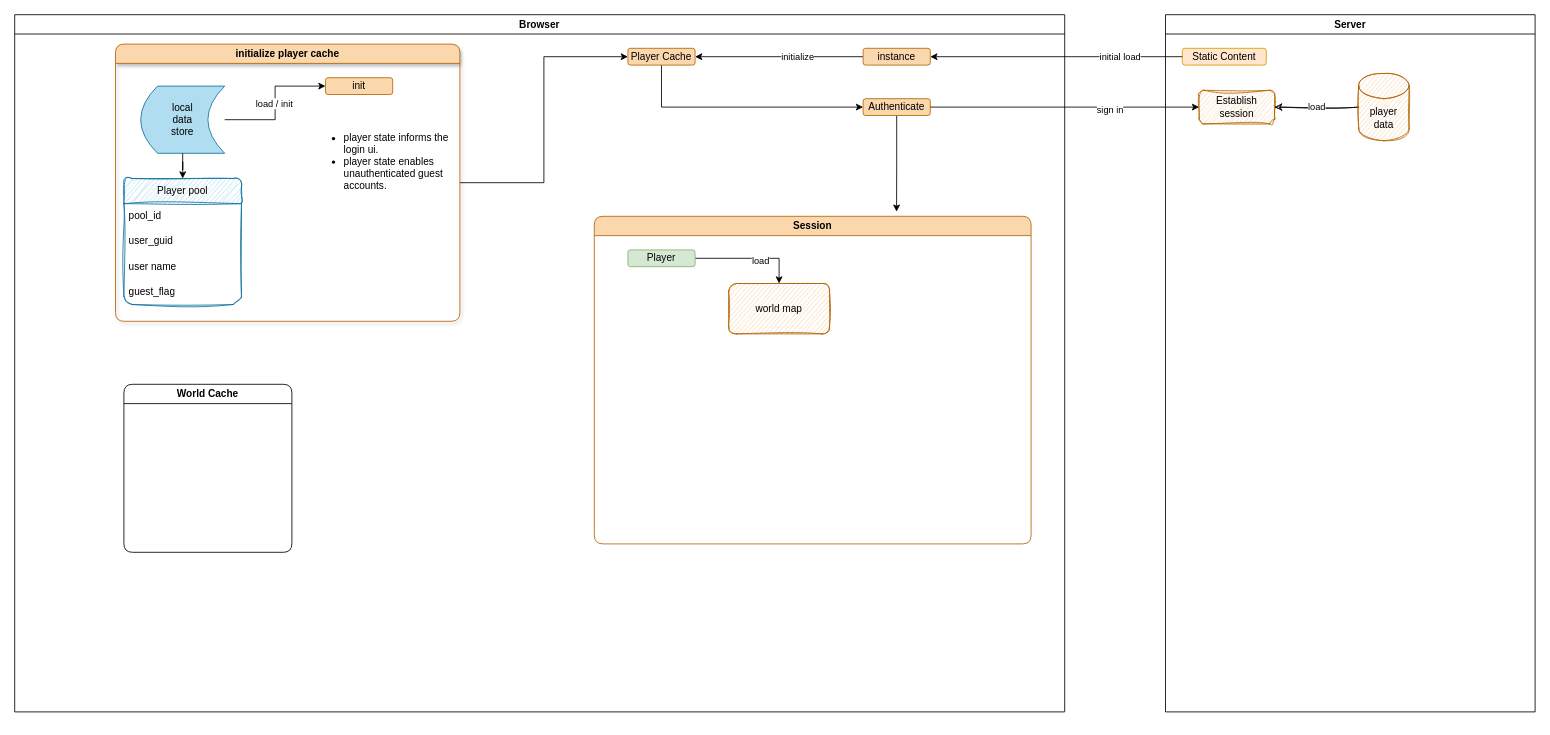
Earlier version of the draw.io diagram ARC_01_functional_flow.drawio (maddog1138/diagrams). Source tidied: cells renumbered, new cells numbered last; positions are measured from the earlier drawing's top-left corner, leaving out a move shared by most shapes. Both pictures are drawn from the tidied source at 84%, with x=0, y=0 at pixel (14, 14).
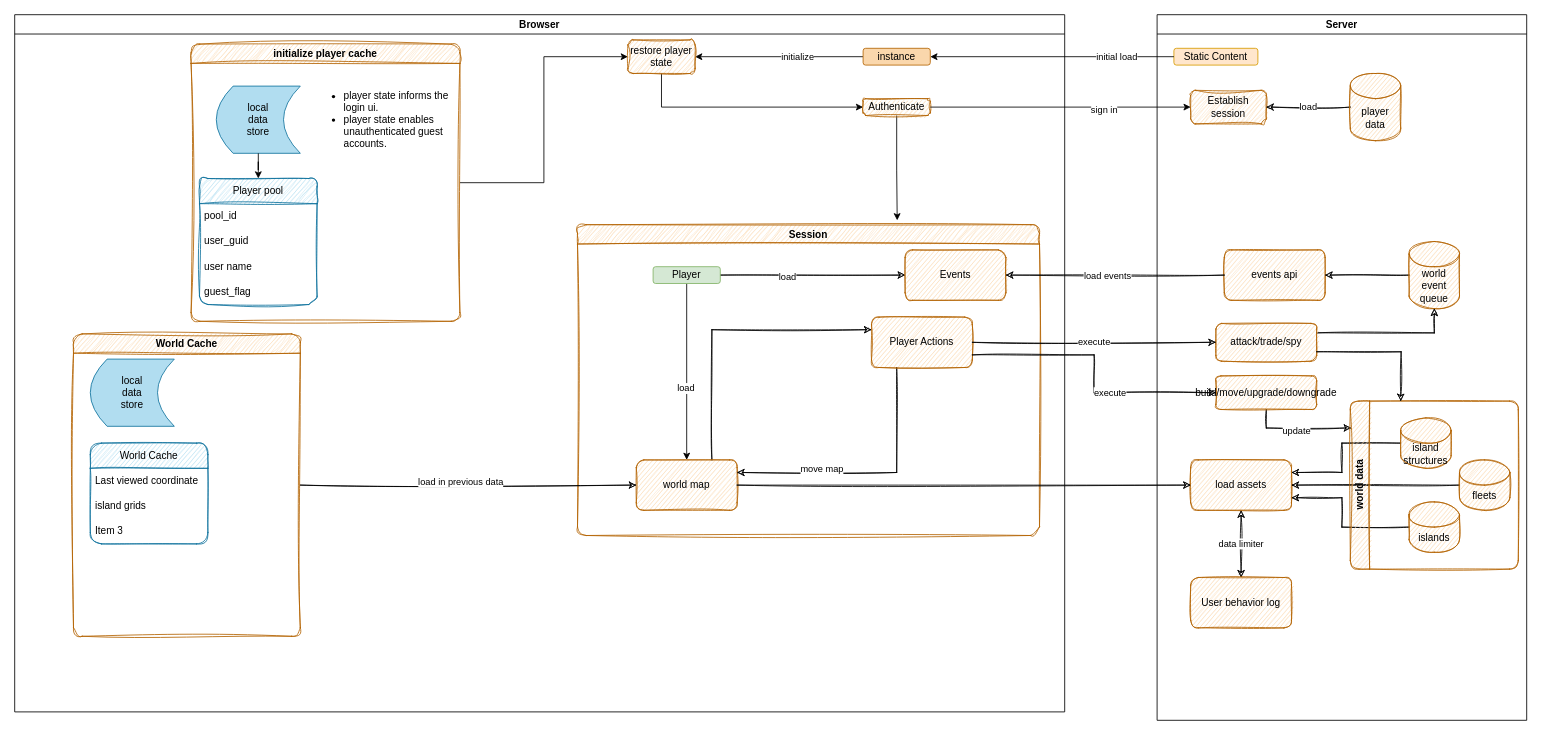
After the change.

The change refers to these unchanged cells:
```xml
<mxCell id="2" value="Browser" style="swimlane;rounded=0;" parent="1" vertex="1">
  <mxGeometry width="1250" height="830" as="geometry" />
</mxCell>
<mxCell id="10" value="local &lt;br&gt;data&lt;br&gt;store" style="shape=dataStorage;whiteSpace=wrap;html=1;fixedSize=1;fillColor=#b1ddf0;strokeColor=#10739e;" parent="9" vertex="1">
  <mxGeometry x="30" y="50" width="100" height="80" as="geometry" />
</mxCell>
```

What changed in the source:
```diff
@@
-    <mxCell id="8" value="Player Cache" style="rounded=1;whiteSpace=wrap;html=1;fillColor=#fad7ac;strokeColor=#b46504;" parent="2" vertex="1">
-      <mxGeometry x="730" y="40" width="80" height="20" as="geometry" />
+    <mxCell id="8" value="restore player state" style="rounded=1;whiteSpace=wrap;html=1;fillColor=#fad7ac;strokeColor=#b46504;sketch=1;curveFitting=1;jiggle=2;" parent="2" vertex="1">
+      <mxGeometry x="730" y="30" width="80" height="40" as="geometry" />
     </mxCell>
-    <mxCell id="9" value="initialize player cache" style="swimlane;whiteSpace=wrap;html=1;fillColor=#fad7ac;strokeColor=#b46504;rounded=1;glass=0;shadow=1;" parent="2" vertex="1">
-      <mxGeometry x="120" y="35" width="410" height="330" as="geometry" />
+    <mxCell id="9" value="initialize player cache" style="swimlane;whiteSpace=wrap;html=1;fillColor=#fad7ac;strokeColor=#b46504;rounded=1;glass=0;shadow=0;sketch=1;curveFitting=1;jiggle=2;" parent="2" vertex="1">
+      <mxGeometry x="210" y="35" width="320" height="330" as="geometry" />
     </mxCell>
@@
-    <mxCell id="11" style="edgeStyle=orthogonalEdgeStyle;rounded=0;jettySize=auto;html=1;entryX=0;entryY=0.5;entryDx=0;entryDy=0;" parent="9" edge="1" source="10" target="19">
-      <mxGeometry relative="1" as="geometry" />
-    </mxCell>
-    <mxCell id="12" value="load / init" style="edgeLabel;html=1;align=center;verticalAlign=middle;" parent="11" vertex="1">
-      <mxGeometry x="-0.27" y="-2" relative="1" as="geometry">
-        <mxPoint y="-22" as="offset" />
-      </mxGeometry>
-    </mxCell>
@@
-    <mxCell id="19" value="init" style="rounded=1;whiteSpace=wrap;html=1;fillColor=#fad7ac;strokeColor=#b46504;" parent="9" vertex="1">
-      <mxGeometry x="250" y="40" width="80" height="20" as="geometry" />
-    </mxCell>
     <mxCell id="20" value="&lt;ul&gt;&lt;li&gt;player state informs the login ui.&lt;br&gt;&lt;/li&gt;&lt;li&gt;player state enables unauthenticated guest accounts.&lt;br&gt;&lt;/li&gt;&lt;/ul&gt;" style="text;strokeColor=none;fillColor=none;html=1;whiteSpace=wrap;verticalAlign=middle;overflow=hidden;rounded=1;shadow=0;glass=0;sketch=1;" parent="9" vertex="1">
-      <mxGeometry x="230" y="80" width="170" height="120" as="geometry" />
+      <mxGeometry x="140" y="30" width="170" height="120" as="geometry" />
     </mxCell>
@@
-    <mxCell id="22" value="Authenticate" style="rounded=1;whiteSpace=wrap;html=1;fillColor=#fad7ac;strokeColor=#b46504;" parent="2" vertex="1">
+    <mxCell id="22" value="Authenticate" style="rounded=1;whiteSpace=wrap;html=1;fillColor=#fad7ac;strokeColor=#b46504;sketch=1;curveFitting=1;jiggle=2;" parent="2" vertex="1">
       <mxGeometry x="1010" y="100" width="80" height="20" as="geometry" />
     </mxCell>
-    <mxCell id="23" value="Session" style="swimlane;whiteSpace=wrap;html=1;rounded=1;shadow=0;glass=0;fillColor=#fad7ac;strokeColor=#b46504;" parent="2" vertex="1">
-      <mxGeometry x="690" y="240" width="520" height="390" as="geometry" />
+    <mxCell id="23" value="Session" style="swimlane;whiteSpace=wrap;html=1;rounded=1;shadow=0;glass=0;fillColor=#fad7ac;strokeColor=#b46504;sketch=1;curveFitting=1;jiggle=2;" parent="2" vertex="1">
+      <mxGeometry x="670" y="250" width="550" height="370" as="geometry" />
     </mxCell>
@@
+    <mxCell id="38" style="edgeStyle=orthogonalEdgeStyle;rounded=0;sketch=1;jettySize=auto;html=1;entryX=0;entryY=0.5;entryDx=0;entryDy=0;startArrow=none;startFill=0;endArrow=classic;endFill=1;" parent="23" edge="1" source="26" target="41">
+      <mxGeometry relative="1" as="geometry" />
+    </mxCell>
+    <mxCell id="39" value="load" style="edgeLabel;html=1;align=center;verticalAlign=middle;" parent="38" vertex="1">
+      <mxGeometry x="-0.28" y="-1" relative="1" as="geometry" />
+    </mxCell>
     <mxCell id="26" value="Player" style="rounded=1;whiteSpace=wrap;html=1;fillColor=#d5e8d4;strokeColor=#82b366;" parent="23" vertex="1">
-      <mxGeometry x="40" y="40" width="80" height="20" as="geometry" />
+      <mxGeometry x="90" y="50" width="80" height="20" as="geometry" />
     </mxCell>
+    <mxCell id="40" style="edgeStyle=orthogonalEdgeStyle;rounded=0;sketch=1;jettySize=auto;html=1;startArrow=none;startFill=0;endArrow=classic;endFill=1;exitX=0.75;exitY=0;exitDx=0;exitDy=0;entryX=0;entryY=0.25;entryDx=0;entryDy=0;" parent="23" edge="1" source="27" target="44">
+      <mxGeometry relative="1" as="geometry" />
+    </mxCell>
     <mxCell id="27" value="world map" style="rounded=1;whiteSpace=wrap;html=1;shadow=0;glass=0;sketch=1;fillColor=#fad7ac;strokeColor=#b46504;" parent="23" vertex="1">
-      <mxGeometry x="160" y="80" width="120" height="60" as="geometry" />
+      <mxGeometry x="70" y="280" width="120" height="60" as="geometry" />
     </mxCell>
+    <mxCell id="41" value="Events" style="rounded=1;whiteSpace=wrap;html=1;shadow=0;glass=0;sketch=1;fillColor=#fad7ac;strokeColor=#b46504;" parent="23" vertex="1">
+      <mxGeometry x="390" y="30" width="120" height="60" as="geometry" />
+    </mxCell>
+    <mxCell id="42" style="edgeStyle=orthogonalEdgeStyle;rounded=0;sketch=1;jettySize=auto;html=1;entryX=1;entryY=0.25;entryDx=0;entryDy=0;startArrow=none;startFill=0;endArrow=classic;endFill=1;exitX=0.25;exitY=1;exitDx=0;exitDy=0;" parent="23" edge="1" source="44" target="27">
+      <mxGeometry relative="1" as="geometry" />
+    </mxCell>
+    <mxCell id="43" value="move map" style="edgeLabel;html=1;align=center;verticalAlign=middle;" parent="42" vertex="1">
+      <mxGeometry x="-0.41" y="1" relative="1" as="geometry">
+        <mxPoint x="-91" y="27" as="offset" />
+      </mxGeometry>
+    </mxCell>
+    <mxCell id="44" value="Player Actions" style="rounded=1;whiteSpace=wrap;html=1;shadow=0;glass=0;sketch=1;fillColor=#fad7ac;strokeColor=#b46504;" parent="23" vertex="1">
+      <mxGeometry x="350" y="110" width="120" height="60" as="geometry" />
+    </mxCell>
+    <mxCell id="45" style="edgeStyle=orthogonalEdgeStyle;rounded=0;sketch=1;jettySize=auto;html=1;entryX=0;entryY=0.5;entryDx=0;entryDy=0;startArrow=none;startFill=0;endArrow=classic;endFill=1;" parent="2" edge="1" source="28" target="27">
+      <mxGeometry relative="1" as="geometry" />
+    </mxCell>
+    <mxCell id="46" value="load in previous data" style="edgeLabel;html=1;align=center;verticalAlign=middle;" parent="45" vertex="1">
+      <mxGeometry x="0.36" y="-1" relative="1" as="geometry">
+        <mxPoint x="-82" y="-6" as="offset" />
+      </mxGeometry>
+    </mxCell>
-    <mxCell id="28" value="World Cache" style="swimlane;whiteSpace=wrap;html=1;rounded=1;shadow=0;glass=0;sketch=0;" parent="2" vertex="1">
-      <mxGeometry x="130" y="440" width="200" height="200" as="geometry" />
+    <mxCell id="28" value="World Cache" style="swimlane;whiteSpace=wrap;html=1;rounded=1;shadow=0;glass=0;sketch=1;fillColor=#fad7ac;strokeColor=#b46504;curveFitting=1;jiggle=2;" parent="2" vertex="1">
+      <mxGeometry x="70" y="380" width="270" height="360" as="geometry" />
     </mxCell>
+    <mxCell id="47" value="local &lt;br&gt;data&lt;br&gt;store" style="shape=dataStorage;whiteSpace=wrap;html=1;fixedSize=1;fillColor=#b1ddf0;strokeColor=#10739e;" parent="28" vertex="1">
+      <mxGeometry x="20" y="30" width="100" height="80" as="geometry" />
+    </mxCell>
+    <mxCell id="48" value="World Cache" style="swimlane;fontStyle=0;horizontal=1;startSize=30;whiteSpace=wrap;html=1;rounded=1;shadow=0;glass=0;sketch=1;fillColor=#b1ddf0;strokeColor=#10739e;" parent="28" vertex="1">
+      <mxGeometry x="20" y="130" width="140" height="120" as="geometry" />
+    </mxCell>
+    <mxCell id="49" value="Last viewed coordinate" style="text;strokeColor=none;fillColor=none;align=left;verticalAlign=middle;spacingLeft=4;spacingRight=4;overflow=hidden;whiteSpace=wrap;html=1;rounded=1;shadow=0;glass=0;sketch=1;" parent="48" vertex="1">
+      <mxGeometry y="30" width="140" height="30" as="geometry" />
+    </mxCell>
+    <mxCell id="50" value="island grids" style="text;strokeColor=none;fillColor=none;align=left;verticalAlign=middle;spacingLeft=4;spacingRight=4;overflow=hidden;whiteSpace=wrap;html=1;rounded=1;shadow=0;glass=0;sketch=1;" parent="48" vertex="1">
+      <mxGeometry y="60" width="140" height="30" as="geometry" />
+    </mxCell>
+    <mxCell id="51" value="Item 3" style="text;strokeColor=none;fillColor=none;align=left;verticalAlign=middle;spacingLeft=4;spacingRight=4;overflow=hidden;whiteSpace=wrap;html=1;rounded=1;shadow=0;glass=0;sketch=1;" parent="48" vertex="1">
+      <mxGeometry y="90" width="140" height="30" as="geometry" />
+    </mxCell>
     <mxCell id="29" value="Server" style="swimlane;" parent="1" vertex="1">
-      <mxGeometry x="1370" width="440" height="830" as="geometry" />
+      <mxGeometry x="1360" width="440" height="840" as="geometry" />
     </mxCell>
@@
+    <mxCell id="52" value="data limiter" style="edgeStyle=orthogonalEdgeStyle;rounded=0;sketch=1;jettySize=auto;html=1;startArrow=classic;startFill=1;endArrow=classic;endFill=1;" parent="29" edge="1" source="53" target="69">
+      <mxGeometry relative="1" as="geometry" />
+    </mxCell>
+    <mxCell id="53" value="load assets" style="whiteSpace=wrap;html=1;fillColor=#fad7ac;strokeColor=#b46504;rounded=1;shadow=0;glass=0;sketch=1;" parent="29" vertex="1">
+      <mxGeometry x="40" y="530" width="120" height="60" as="geometry" />
+    </mxCell>
+    <mxCell id="54" value="events api" style="rounded=1;whiteSpace=wrap;html=1;shadow=0;glass=0;sketch=1;fillColor=#fad7ac;strokeColor=#b46504;" parent="29" vertex="1">
+      <mxGeometry x="80" y="280" width="120" height="60" as="geometry" />
+    </mxCell>
+    <mxCell id="55" style="edgeStyle=orthogonalEdgeStyle;rounded=0;sketch=1;jettySize=auto;html=1;entryX=1;entryY=0.5;entryDx=0;entryDy=0;startArrow=none;startFill=0;endArrow=classic;endFill=1;" parent="29" edge="1" source="56" target="54">
+      <mxGeometry relative="1" as="geometry" />
+    </mxCell>
+    <mxCell id="56" value="world event queue" style="shape=cylinder3;whiteSpace=wrap;html=1;boundedLbl=1;backgroundOutline=1;size=15;rounded=1;shadow=0;glass=0;sketch=1;fillColor=#fad7ac;strokeColor=#b46504;" parent="29" vertex="1">
+      <mxGeometry x="300" y="270" width="60" height="80" as="geometry" />
+    </mxCell>
+    <mxCell id="57" style="edgeStyle=orthogonalEdgeStyle;rounded=0;sketch=1;jettySize=auto;html=1;entryX=1;entryY=0.75;entryDx=0;entryDy=0;startArrow=none;startFill=0;endArrow=classic;endFill=1;" parent="29" edge="1" source="64" target="53">
+      <mxGeometry relative="1" as="geometry">
+        <Array as="points">
+          <mxPoint x="220" y="610" />
+          <mxPoint x="220" y="575" />
+        </Array>
+      </mxGeometry>
+    </mxCell>
+    <mxCell id="58" style="edgeStyle=orthogonalEdgeStyle;rounded=0;sketch=1;jettySize=auto;html=1;entryX=1;entryY=0.5;entryDx=0;entryDy=0;startArrow=none;startFill=0;endArrow=classic;endFill=1;" parent="29" edge="1" source="65" target="53">
+      <mxGeometry relative="1" as="geometry" />
+    </mxCell>
+    <mxCell id="59" style="edgeStyle=orthogonalEdgeStyle;rounded=0;sketch=1;jettySize=auto;html=1;entryX=1;entryY=0.25;entryDx=0;entryDy=0;startArrow=none;startFill=0;endArrow=classic;endFill=1;" parent="29" edge="1" source="66" target="53">
+      <mxGeometry relative="1" as="geometry">
+        <Array as="points">
+          <mxPoint x="220" y="510" />
+          <mxPoint x="220" y="545" />
+        </Array>
+      </mxGeometry>
+    </mxCell>
+    <mxCell id="60" style="edgeStyle=orthogonalEdgeStyle;rounded=0;sketch=1;jettySize=auto;html=1;entryX=0.005;entryY=0.16;entryDx=0;entryDy=0;entryPerimeter=0;startArrow=none;startFill=0;endArrow=classic;endFill=1;exitX=0.5;exitY=1;exitDx=0;exitDy=0;" parent="29" edge="1" source="62" target="63">
+      <mxGeometry relative="1" as="geometry" />
+    </mxCell>
+    <mxCell id="61" value="update" style="edgeLabel;html=1;align=center;verticalAlign=middle;" parent="60" vertex="1">
+      <mxGeometry x="-0.07" y="-3" relative="1" as="geometry" />
+    </mxCell>
+    <mxCell id="62" value="build/move/upgrade/downgrade" style="rounded=1;whiteSpace=wrap;html=1;shadow=0;glass=0;sketch=1;fillColor=#fad7ac;strokeColor=#b46504;" parent="29" vertex="1">
+      <mxGeometry x="70" y="430" width="120" height="40" as="geometry" />
+    </mxCell>
+    <mxCell id="63" value="world data" style="swimlane;horizontal=0;whiteSpace=wrap;html=1;rounded=1;shadow=0;glass=0;sketch=1;fillColor=#fad7ac;strokeColor=#b46504;" parent="29" vertex="1">
+      <mxGeometry x="230" y="460" width="200" height="200" as="geometry" />
+    </mxCell>
+    <mxCell id="64" value="islands" style="shape=cylinder3;whiteSpace=wrap;html=1;boundedLbl=1;backgroundOutline=1;size=15;rounded=1;shadow=0;glass=0;sketch=1;fillColor=#fad7ac;strokeColor=#b46504;" parent="63" vertex="1">
+      <mxGeometry x="70" y="120" width="60" height="60" as="geometry" />
+    </mxCell>
+    <mxCell id="65" value="fleets" style="shape=cylinder3;whiteSpace=wrap;html=1;boundedLbl=1;backgroundOutline=1;size=15;rounded=1;shadow=0;glass=0;sketch=1;fillColor=#fad7ac;strokeColor=#b46504;" parent="63" vertex="1">
+      <mxGeometry x="130" y="70" width="60" height="60" as="geometry" />
+    </mxCell>
+    <mxCell id="66" value="island structures" style="shape=cylinder3;whiteSpace=wrap;html=1;boundedLbl=1;backgroundOutline=1;size=15;rounded=1;shadow=0;glass=0;sketch=1;fillColor=#fad7ac;strokeColor=#b46504;" parent="63" vertex="1">
+      <mxGeometry x="60" y="20" width="60" height="60" as="geometry" />
+    </mxCell>
+    <mxCell id="67" style="edgeStyle=orthogonalEdgeStyle;rounded=0;sketch=1;jettySize=auto;html=1;entryX=0.5;entryY=1;entryDx=0;entryDy=0;entryPerimeter=0;startArrow=none;startFill=0;endArrow=classic;endFill=1;exitX=1;exitY=0.25;exitDx=0;exitDy=0;" parent="29" edge="1" source="68" target="56">
+      <mxGeometry relative="1" as="geometry" />
+    </mxCell>
+    <mxCell id="68" value="attack/trade/spy" style="rounded=1;whiteSpace=wrap;html=1;shadow=0;glass=0;sketch=1;fillColor=#fad7ac;strokeColor=#b46504;" parent="29" vertex="1">
+      <mxGeometry x="70" y="367.5" width="120" height="45" as="geometry" />
+    </mxCell>
+    <mxCell id="69" value="User behavior log " style="whiteSpace=wrap;html=1;fillColor=#fad7ac;strokeColor=#b46504;rounded=1;shadow=0;glass=0;sketch=1;" parent="29" vertex="1">
+      <mxGeometry x="40" y="670" width="120" height="60" as="geometry" />
+    </mxCell>
@@
+    <mxCell id="70" style="edgeStyle=orthogonalEdgeStyle;rounded=0;sketch=1;jettySize=auto;html=1;startArrow=none;startFill=0;endArrow=classic;endFill=1;" parent="1" edge="1" source="27" target="53">
+      <mxGeometry relative="1" as="geometry" />
+    </mxCell>
+    <mxCell id="71" style="edgeStyle=orthogonalEdgeStyle;rounded=0;sketch=1;jettySize=auto;html=1;startArrow=none;startFill=0;endArrow=classic;endFill=1;entryX=1;entryY=0.5;entryDx=0;entryDy=0;exitX=0;exitY=0.5;exitDx=0;exitDy=0;" parent="1" edge="1" source="54" target="41">
+      <mxGeometry relative="1" as="geometry" />
+    </mxCell>
+    <mxCell id="72" value="load events" style="edgeLabel;html=1;align=center;verticalAlign=middle;" parent="71" vertex="1">
+      <mxGeometry x="0.3" relative="1" as="geometry">
+        <mxPoint x="29" as="offset" />
+      </mxGeometry>
+    </mxCell>
+    <mxCell id="73" style="edgeStyle=orthogonalEdgeStyle;rounded=0;sketch=1;jettySize=auto;html=1;startArrow=none;startFill=0;endArrow=classic;endFill=1;exitX=1;exitY=0.75;exitDx=0;exitDy=0;entryX=0;entryY=0.5;entryDx=0;entryDy=0;" parent="1" edge="1" source="44" target="62">
+      <mxGeometry relative="1" as="geometry" />
+    </mxCell>
+    <mxCell id="74" value="execute" style="edgeLabel;html=1;align=center;verticalAlign=middle;" parent="73" vertex="1">
+      <mxGeometry x="0.24" y="1" relative="1" as="geometry" />
+    </mxCell>
+    <mxCell id="75" value="execute" style="edgeStyle=orthogonalEdgeStyle;rounded=0;sketch=1;jettySize=auto;html=1;startArrow=none;startFill=0;endArrow=classic;endFill=1;" parent="1" edge="1" source="44" target="68">
+      <mxGeometry relative="1" as="geometry" />
+    </mxCell>
+    <mxCell id="76" style="edgeStyle=orthogonalEdgeStyle;rounded=0;sketch=1;jettySize=auto;html=1;startArrow=none;startFill=0;endArrow=classic;endFill=1;exitX=1;exitY=0.75;exitDx=0;exitDy=0;" parent="1" edge="1" source="68">
+      <mxGeometry relative="1" as="geometry">
+        <mxPoint x="1650" y="460" as="targetPoint" />
+      </mxGeometry>
+    </mxCell>
```
